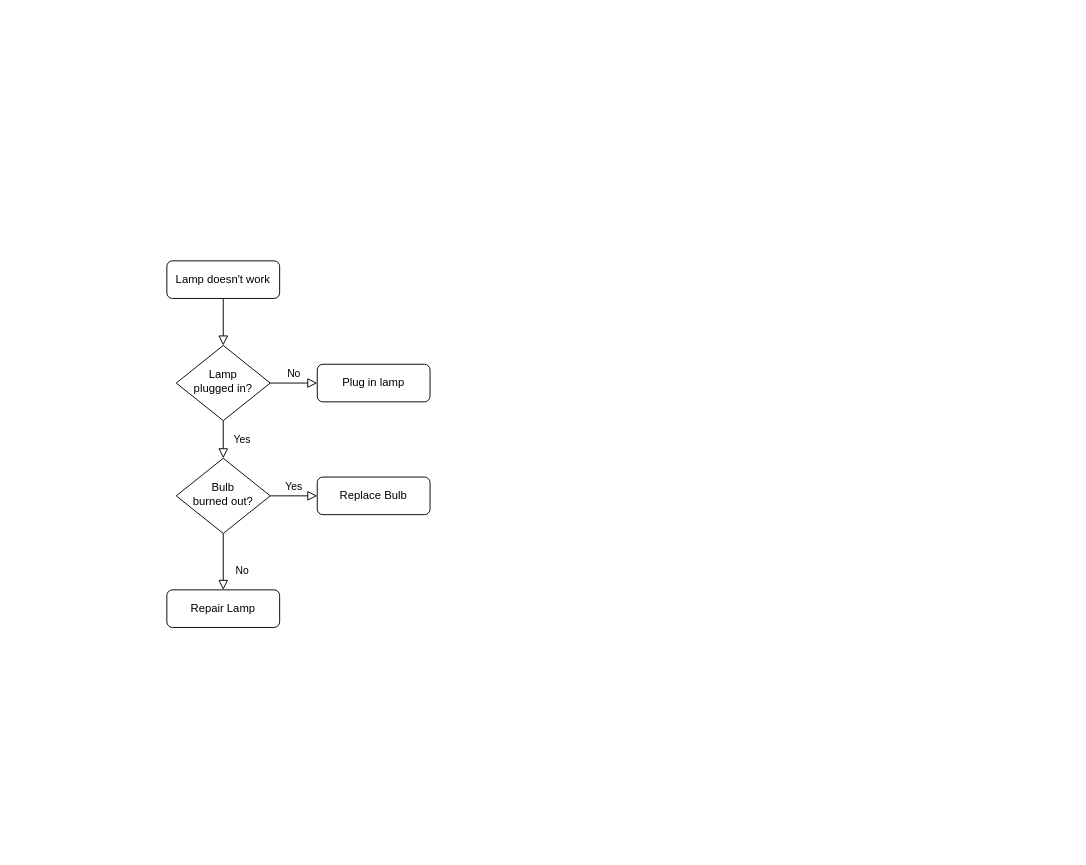
Earlier version of the draw.io diagram rerouter.drawio (sfyr111/draw). Source tidied: cells renumbered, new cells numbered last; positions are measured from the earlier drawing's top-left corner, leaving out a move shared by most shapes. Both pictures are drawn from the tidied source at 94%, with x=0, y=0 at pixel (166, 260).
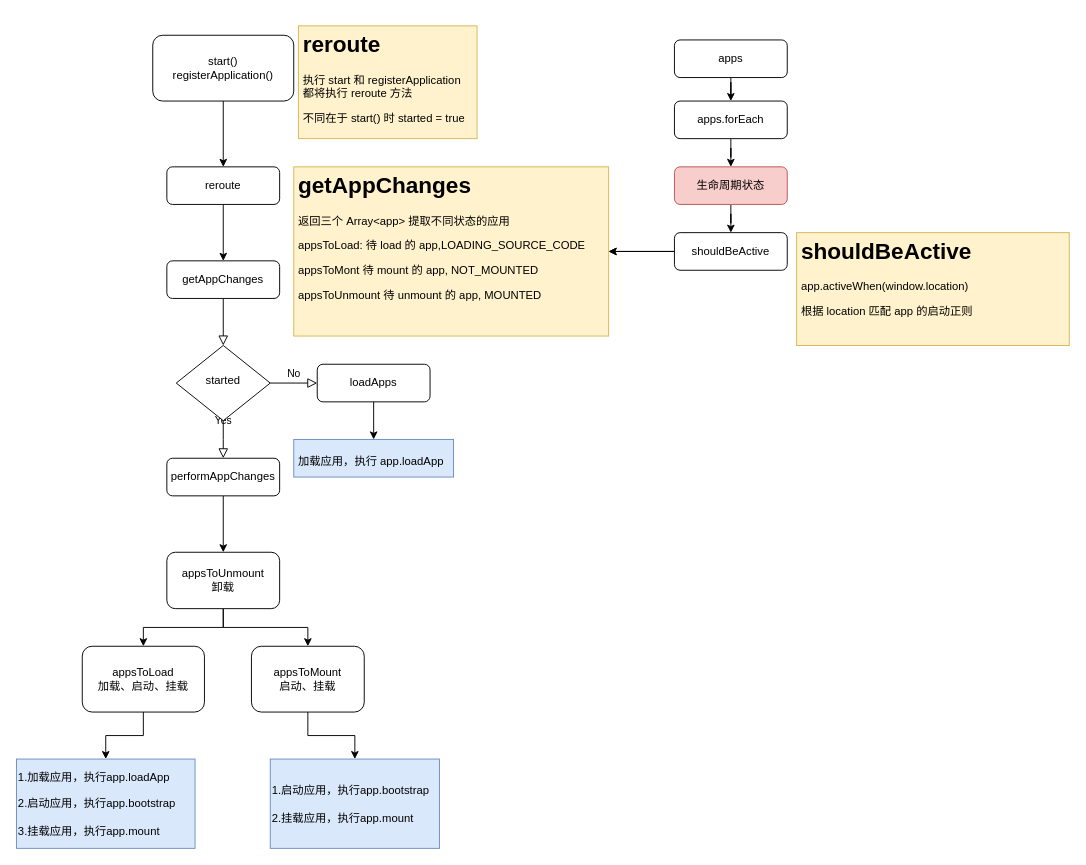
The same diagram, later.

Diff of the diagram source:
```diff
@@
-    <mxCell id="3" value="Lamp doesn't work" style="rounded=1;whiteSpace=wrap;html=1;fontSize=12;glass=0;strokeWidth=1;shadow=0;" parent="1" vertex="1">
+    <mxCell id="3" value="getAppChanges" style="rounded=1;whiteSpace=wrap;html=1;fontSize=12;glass=0;strokeWidth=1;shadow=0;" parent="1" vertex="1">
       <mxGeometry width="120" height="40" as="geometry" />
     </mxCell>
-    <mxCell id="4" value="Yes" style="rounded=0;html=1;jettySize=auto;fontSize=11;endArrow=block;endFill=0;endSize=8;strokeWidth=1;shadow=0;labelBackgroundColor=none;edgeStyle=orthogonalEdgeStyle;" parent="1" edge="1" source="6" target="10">
-      <mxGeometry y="20" relative="1" as="geometry" />
+    <mxCell id="4" value="Yes" style="rounded=0;html=1;jettySize=auto;fontSize=11;endArrow=block;endFill=0;endSize=8;strokeWidth=1;shadow=0;labelBackgroundColor=none;edgeStyle=orthogonalEdgeStyle;" parent="1" edge="1" source="6">
+      <mxGeometry y="20" relative="1" as="geometry">
+        <mxPoint x="60" y="210" as="targetPoint" />
+      </mxGeometry>
     </mxCell>
@@
-    <mxCell id="6" value="Lamp&lt;br&gt;plugged in?" style="rhombus;whiteSpace=wrap;html=1;shadow=0;fontFamily=Helvetica;fontSize=12;align=center;strokeWidth=1;spacing=6;spacingTop=-4;" parent="1" vertex="1">
+    <mxCell id="6" value="started" style="rhombus;whiteSpace=wrap;html=1;shadow=0;fontFamily=Helvetica;fontSize=12;align=center;strokeWidth=1;spacing=6;spacingTop=-4;" parent="1" vertex="1">
       <mxGeometry x="10" y="90" width="100" height="80" as="geometry" />
     </mxCell>
+    <mxCell id="13" style="edgeStyle=orthogonalEdgeStyle;rounded=0;jettySize=auto;html=1;" parent="1" edge="1" source="7" target="31">
+      <mxGeometry relative="1" as="geometry" />
+    </mxCell>
-    <mxCell id="7" value="Plug in lamp" style="rounded=1;whiteSpace=wrap;html=1;fontSize=12;glass=0;strokeWidth=1;shadow=0;" parent="1" vertex="1">
+    <mxCell id="7" value="loadApps" style="rounded=1;whiteSpace=wrap;html=1;fontSize=12;glass=0;strokeWidth=1;shadow=0;" parent="1" vertex="1">
       <mxGeometry x="160" y="110" width="120" height="40" as="geometry" />
     </mxCell>
-    <mxCell id="8" value="No" style="rounded=0;html=1;jettySize=auto;fontSize=11;endArrow=block;endFill=0;endSize=8;strokeWidth=1;shadow=0;labelBackgroundColor=none;edgeStyle=orthogonalEdgeStyle;" parent="1" edge="1" source="10" target="11">
-      <mxGeometry x="0.33" y="20" relative="1" as="geometry" />
-    </mxCell>
-    <mxCell id="9" value="Yes" style="edgeStyle=orthogonalEdgeStyle;rounded=0;html=1;jettySize=auto;fontSize=11;endArrow=block;endFill=0;endSize=8;strokeWidth=1;shadow=0;labelBackgroundColor=none;" parent="1" edge="1" source="10" target="12">
-      <mxGeometry y="10" relative="1" as="geometry" />
-    </mxCell>
-    <mxCell id="10" value="Bulb&lt;br&gt;burned out?" style="rhombus;whiteSpace=wrap;html=1;shadow=0;fontFamily=Helvetica;fontSize=12;align=center;strokeWidth=1;spacing=6;spacingTop=-4;" parent="1" vertex="1">
-      <mxGeometry x="10" y="210" width="100" height="80" as="geometry" />
-    </mxCell>
-    <mxCell id="11" value="Repair Lamp" style="rounded=1;whiteSpace=wrap;html=1;fontSize=12;glass=0;strokeWidth=1;shadow=0;" parent="1" vertex="1">
-      <mxGeometry y="350" width="120" height="40" as="geometry" />
-    </mxCell>
+    <mxCell id="14" style="edgeStyle=orthogonalEdgeStyle;rounded=0;jettySize=auto;html=1;entryX=0.5;entryY=0;entryDx=0;entryDy=0;" parent="1" edge="1" source="12" target="34">
+      <mxGeometry relative="1" as="geometry" />
+    </mxCell>
-    <mxCell id="12" value="Replace Bulb" style="rounded=1;whiteSpace=wrap;html=1;fontSize=12;glass=0;strokeWidth=1;shadow=0;" parent="1" vertex="1">
-      <mxGeometry x="160" y="230" width="120" height="40" as="geometry" />
+    <mxCell id="12" value="performAppChanges" style="rounded=1;whiteSpace=wrap;html=1;fontSize=12;glass=0;strokeWidth=1;shadow=0;" parent="1" vertex="1">
+      <mxGeometry y="210" width="120" height="40" as="geometry" />
     </mxCell>
+    <mxCell id="15" style="edgeStyle=orthogonalEdgeStyle;rounded=0;jettySize=auto;html=1;entryX=0.5;entryY=0;entryDx=0;entryDy=0;" parent="1" edge="1" source="16" target="3">
+      <mxGeometry relative="1" as="geometry" />
+    </mxCell>
+    <mxCell id="16" value="reroute" style="rounded=1;whiteSpace=wrap;html=1;fontSize=12;glass=0;strokeWidth=1;shadow=0;" parent="1" vertex="1">
+      <mxGeometry y="-100" width="120" height="40" as="geometry" />
+    </mxCell>
+    <mxCell id="17" style="edgeStyle=orthogonalEdgeStyle;rounded=0;jettySize=auto;html=1;entryX=0.5;entryY=0;entryDx=0;entryDy=0;" parent="1" edge="1" source="18" target="16">
+      <mxGeometry relative="1" as="geometry" />
+    </mxCell>
+    <mxCell id="18" value="start()&lt;br&gt;registerApplication()" style="rounded=1;whiteSpace=wrap;html=1;fontSize=12;glass=0;strokeWidth=1;shadow=0;" parent="1" vertex="1">
+      <mxGeometry x="-15" y="-240" width="150" height="70" as="geometry" />
+    </mxCell>
+    <mxCell id="19" value="&lt;h1&gt;reroute&lt;/h1&gt;&lt;p&gt;执行 start 和 registerApplication&lt;br&gt;都将执行 reroute 方法&lt;/p&gt;&lt;p&gt;不同在于 start() 时 started = true&lt;/p&gt;" style="text;html=1;strokeColor=#d6b656;fillColor=#fff2cc;spacing=5;spacingTop=-20;whiteSpace=wrap;overflow=hidden;rounded=0;" parent="1" vertex="1">
+      <mxGeometry x="140" y="-250" width="190" height="120" as="geometry" />
+    </mxCell>
+    <mxCell id="20" value="&lt;h1&gt;getAppChanges&lt;/h1&gt;&lt;p&gt;返回三个 Array&amp;lt;app&amp;gt; 提取不同状态的应用&lt;/p&gt;&lt;p&gt;appsToLoad: 待 load 的 app,LOADING_SOURCE_CODE&lt;/p&gt;&lt;p&gt;&lt;span&gt;appsToMont 待 mount 的 app, NOT_MOUNTED&lt;/span&gt;&lt;/p&gt;&lt;p&gt;&lt;span&gt;appsToUnmount 待 unmount 的 app, MOUNTED&lt;/span&gt;&lt;/p&gt;&lt;p&gt;&lt;br&gt;&lt;/p&gt;" style="text;html=1;strokeColor=#d6b656;fillColor=#fff2cc;spacing=5;spacingTop=-20;whiteSpace=wrap;overflow=hidden;rounded=0;" parent="1" vertex="1">
+      <mxGeometry x="135" y="-100" width="335" height="180" as="geometry" />
+    </mxCell>
+    <mxCell id="21" style="edgeStyle=orthogonalEdgeStyle;rounded=0;jettySize=auto;html=1;entryX=1;entryY=0.5;entryDx=0;entryDy=0;" parent="1" edge="1" source="23" target="20">
+      <mxGeometry relative="1" as="geometry" />
+    </mxCell>
+    <mxCell id="22" style="edgeStyle=orthogonalEdgeStyle;rounded=0;jettySize=auto;html=1;" parent="1" edge="1" source="23" target="20">
+      <mxGeometry relative="1" as="geometry" />
+    </mxCell>
+    <mxCell id="23" value="shouldBeActive" style="rounded=1;whiteSpace=wrap;html=1;fontSize=12;glass=0;strokeWidth=1;shadow=0;" parent="1" vertex="1">
+      <mxGeometry x="540" y="-30" width="120" height="40" as="geometry" />
+    </mxCell>
+    <mxCell id="24" style="edgeStyle=orthogonalEdgeStyle;rounded=0;jettySize=auto;html=1;" parent="1" edge="1" source="25" target="30">
+      <mxGeometry relative="1" as="geometry" />
+    </mxCell>
+    <mxCell id="25" value="apps.forEach" style="rounded=1;whiteSpace=wrap;html=1;fontSize=12;glass=0;strokeWidth=1;shadow=0;" parent="1" vertex="1">
+      <mxGeometry x="540" y="-170" width="120" height="40" as="geometry" />
+    </mxCell>
+    <mxCell id="26" style="edgeStyle=orthogonalEdgeStyle;rounded=0;jettySize=auto;html=1;" parent="1" edge="1" source="27" target="25">
+      <mxGeometry relative="1" as="geometry" />
+    </mxCell>
+    <mxCell id="27" value="apps" style="rounded=1;whiteSpace=wrap;html=1;fontSize=12;glass=0;strokeWidth=1;shadow=0;" parent="1" vertex="1">
+      <mxGeometry x="540" y="-235" width="120" height="40" as="geometry" />
+    </mxCell>
+    <mxCell id="28" value="&lt;h1&gt;shouldBeActive&lt;/h1&gt;&lt;p&gt;app.activeWhen(window.location)&lt;/p&gt;&lt;p&gt;根据 location 匹配 app 的启动正则&lt;/p&gt;" style="text;html=1;strokeColor=#d6b656;fillColor=#fff2cc;spacing=5;spacingTop=-20;whiteSpace=wrap;overflow=hidden;rounded=0;" parent="1" vertex="1">
+      <mxGeometry x="670" y="-30" width="290" height="120" as="geometry" />
+    </mxCell>
+    <mxCell id="29" style="edgeStyle=orthogonalEdgeStyle;rounded=0;jettySize=auto;html=1;entryX=0.5;entryY=0;entryDx=0;entryDy=0;" parent="1" edge="1" source="30" target="23">
+      <mxGeometry relative="1" as="geometry" />
+    </mxCell>
+    <mxCell id="30" value="生命周期状态" style="rounded=1;whiteSpace=wrap;html=1;fontSize=12;glass=0;strokeWidth=1;shadow=0;fillColor=#f8cecc;strokeColor=#b85450;" parent="1" vertex="1">
+      <mxGeometry x="540" y="-100" width="120" height="40" as="geometry" />
+    </mxCell>
+    <mxCell id="31" value="&lt;h1&gt;&lt;span style=&quot;font-size: 12px ; font-weight: normal&quot;&gt;加载应用，执行 app.loadApp&amp;nbsp;&lt;br&gt;&lt;/span&gt;&lt;/h1&gt;" style="text;html=1;strokeColor=#6c8ebf;fillColor=#dae8fc;spacing=5;spacingTop=-20;whiteSpace=wrap;overflow=hidden;rounded=0;" parent="1" vertex="1">
+      <mxGeometry x="135" y="190" width="170" height="40" as="geometry" />
+    </mxCell>
+    <mxCell id="32" style="edgeStyle=orthogonalEdgeStyle;rounded=0;jettySize=auto;html=1;entryX=0.5;entryY=0;entryDx=0;entryDy=0;" parent="1" edge="1" source="34" target="36">
+      <mxGeometry relative="1" as="geometry" />
+    </mxCell>
+    <mxCell id="33" style="edgeStyle=orthogonalEdgeStyle;rounded=0;jettySize=auto;html=1;entryX=0.5;entryY=0;entryDx=0;entryDy=0;" parent="1" edge="1" source="34" target="38">
+      <mxGeometry relative="1" as="geometry" />
+    </mxCell>
+    <mxCell id="34" value="appsToUnmount&lt;br&gt;卸载" style="rounded=1;whiteSpace=wrap;html=1;fontSize=12;glass=0;strokeWidth=1;shadow=0;" parent="1" vertex="1">
+      <mxGeometry y="310" width="120" height="60" as="geometry" />
+    </mxCell>
+    <mxCell id="35" style="edgeStyle=orthogonalEdgeStyle;rounded=0;jettySize=auto;html=1;entryX=0.5;entryY=0;entryDx=0;entryDy=0;" parent="1" edge="1" source="36" target="39">
+      <mxGeometry relative="1" as="geometry" />
+    </mxCell>
+    <mxCell id="36" value="appsToLoad &lt;br&gt;加载、启动、挂载" style="rounded=1;whiteSpace=wrap;html=1;fontSize=12;glass=0;strokeWidth=1;shadow=0;" parent="1" vertex="1">
+      <mxGeometry x="-90" y="410" width="130" height="70" as="geometry" />
+    </mxCell>
+    <mxCell id="37" style="edgeStyle=orthogonalEdgeStyle;rounded=0;jettySize=auto;html=1;entryX=0.5;entryY=0;entryDx=0;entryDy=0;" parent="1" edge="1" source="38" target="40">
+      <mxGeometry relative="1" as="geometry" />
+    </mxCell>
+    <mxCell id="38" value="appsToMount&lt;br&gt;启动、挂载" style="rounded=1;whiteSpace=wrap;html=1;fontSize=12;glass=0;strokeWidth=1;shadow=0;" parent="1" vertex="1">
+      <mxGeometry x="90" y="410" width="120" height="70" as="geometry" />
+    </mxCell>
+    <mxCell id="39" value="1.加载应用，执行app.loadApp&lt;br&gt;&lt;br&gt;2.启动应用，执行app.bootstrap&lt;br&gt;&lt;br&gt;3.挂载应用，执行app.mount" style="rounded=0;whiteSpace=wrap;html=1;fillColor=#dae8fc;strokeColor=#6c8ebf;align=left;" parent="1" vertex="1">
+      <mxGeometry x="-160" y="530" width="190" height="95" as="geometry" />
+    </mxCell>
+    <mxCell id="40" value="1.启动应用，执行app.bootstrap&lt;br&gt;&lt;br&gt;2.挂载应用，执行app.mount" style="rounded=0;whiteSpace=wrap;html=1;fillColor=#dae8fc;strokeColor=#6c8ebf;align=left;" parent="1" vertex="1">
+      <mxGeometry x="110" y="530" width="180" height="95" as="geometry" />
+    </mxCell>
```
